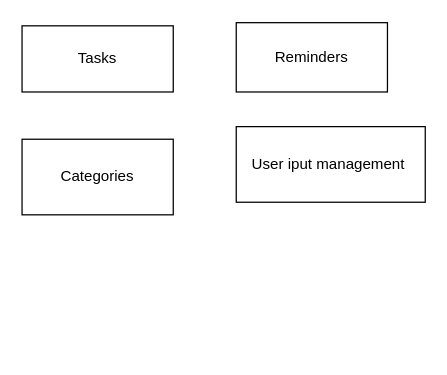
The draw.io diagram page "Functionality" (2 of 2) of NeuroBuddy.drawio in Nerd-Choco/NeuroBuddy, before the edit. Source tidied: cells renumbered, new cells numbered last; positions are measured from the earlier drawing's top-left corner, leaving out a move shared by most shapes. Both pictures are drawn from the tidied source at 126%, with x=0, y=0 at pixel (21, 23).
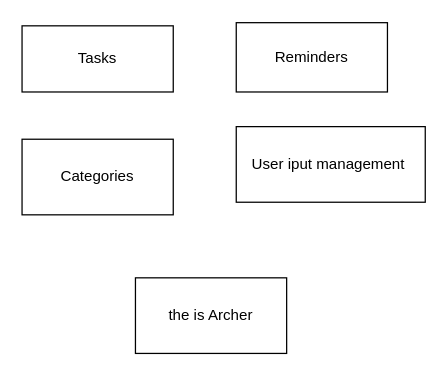
Above is the later version.

What changed in the source:
```diff
@@
 <mxGraphModel>
   <root>
     <mxCell id="0" />
     <mxCell id="1" parent="0" />
     <mxCell id="2" style="edgeStyle=orthogonalEdgeStyle;rounded=0;orthogonalLoop=1;jettySize=auto;html=1;exitX=0.5;exitY=1;exitDx=0;exitDy=0;" parent="1" edge="1">
       <mxGeometry relative="1" as="geometry">
         <mxPoint x="85" y="32" as="sourcePoint" />
         <mxPoint x="85" y="32" as="targetPoint" />
       </mxGeometry>
     </mxCell>
     <mxCell id="3" value="Tasks" style="whiteSpace=wrap;html=1;" parent="1" vertex="1">
       <mxGeometry y="2" width="120" height="52.5" as="geometry" />
     </mxCell>
     <mxCell id="4" value="Categories" style="whiteSpace=wrap;html=1;" parent="1" vertex="1">
       <mxGeometry y="92" width="120" height="60" as="geometry" />
     </mxCell>
     <mxCell id="5" value="Reminders" style="whiteSpace=wrap;html=1;" parent="1" vertex="1">
       <mxGeometry x="170" y="-0.5" width="120" height="55" as="geometry" />
     </mxCell>
     <mxCell id="6" value="User iput management&amp;nbsp;" style="whiteSpace=wrap;html=1;" parent="1" vertex="1">
       <mxGeometry x="170" y="82" width="150" height="60" as="geometry" />
     </mxCell>
+    <mxCell id="7" value="the is Archer" style="whiteSpace=wrap;html=1;" parent="1" vertex="1">
+      <mxGeometry x="90" y="202" width="120" height="60" as="geometry" />
+    </mxCell>
   </root>
 </mxGraphModel>
```
